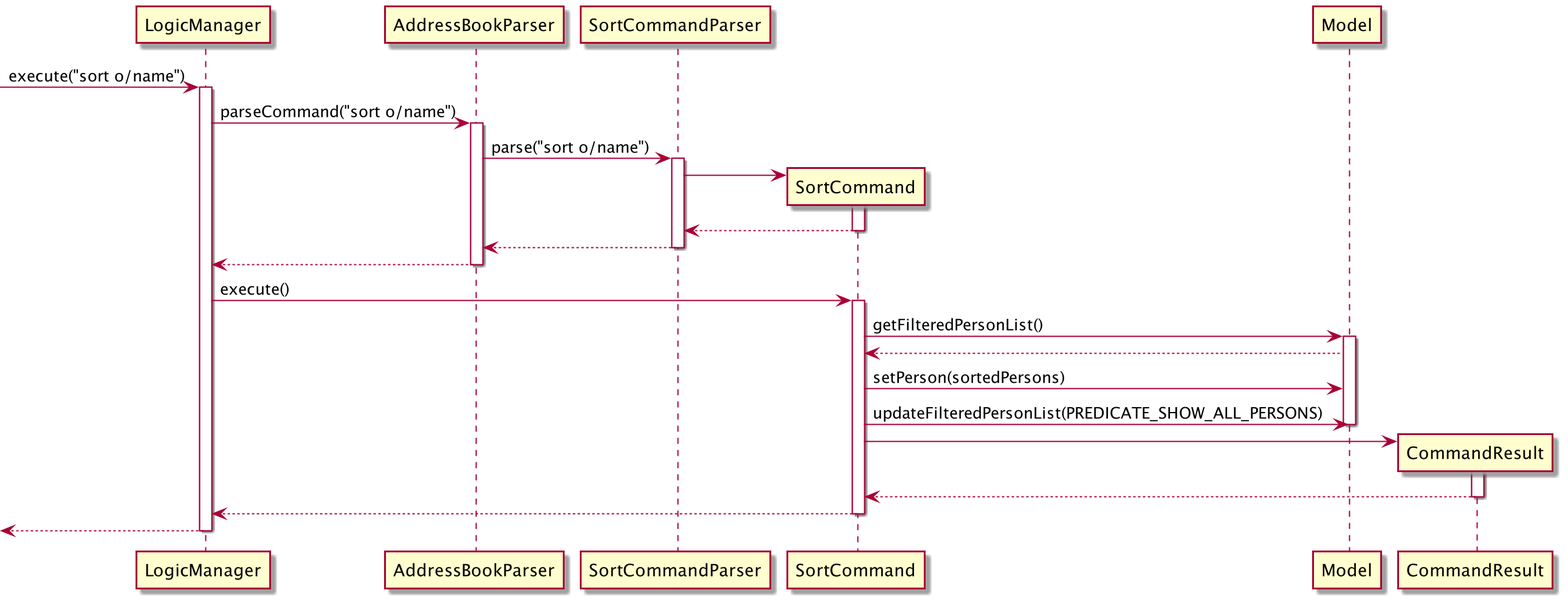
Above: docs/images/SortSequenceDiagram.png in nus-cs2103-AY2021S2/tp (PlantUML), before the change.
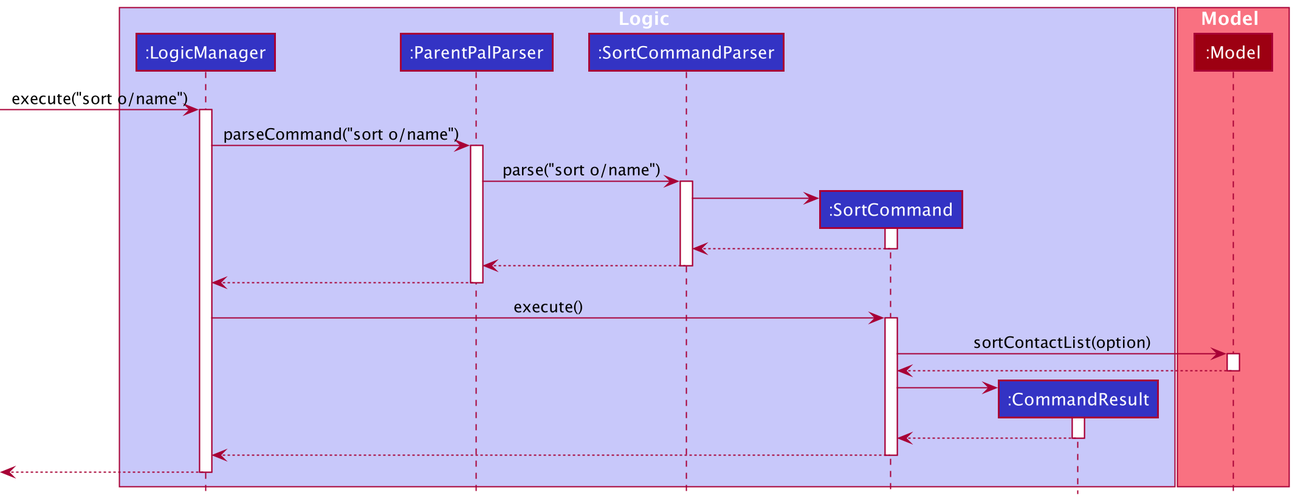
The same diagram one commit later.

The edit, as a diff of the source:
```diff
@@ -1,12 +1,25 @@
 @startuml
+!include style.puml
+
+box Logic LOGIC_COLOR_T1
+participant ":LogicManager" as LogicManager LOGIC_COLOR
+participant ":ParentPalParser" as ParentPalParser LOGIC_COLOR
+participant ":SortCommandParser" as SortCommandParser LOGIC_COLOR
+participant ":SortCommand" as SortCommand LOGIC_COLOR
+participant ":CommandResult" as CommandResult LOGIC_COLOR
+end box
+
+box Model MODEL_COLOR_T1
+participant ":Model" as Model MODEL_COLOR
+end box
 
 [-> LogicManager: execute("sort o/name")
 activate LogicManager
 
-LogicManager -> AddressBookParser: parseCommand("sort o/name")
-activate AddressBookParser
+LogicManager -> ParentPalParser: parseCommand("sort o/name")
+activate ParentPalParser
 
-AddressBookParser -> SortCommandParser: parse("sort o/name")
+ParentPalParser -> SortCommandParser: parse("sort o/name")
 activate SortCommandParser
 
 create SortCommand
@@ -15,21 +28,19 @@
 SortCommandParser <-- SortCommand
 deactivate SortCommand
 
-AddressBookParser <-- SortCommandParser
+ParentPalParser <-- SortCommandParser
 deactivate SortCommandParser
 
-LogicManager <-- AddressBookParser
-deactivate AddressBookParser
+LogicManager <-- ParentPalParser
+deactivate ParentPalParser
 
 LogicManager -> SortCommand: execute()
 activate SortCommand
 
-SortCommand -> Model: getFilteredPersonList()
+SortCommand -> Model: sortContactList(option)
 activate Model
 
 Model --> SortCommand
-SortCommand -> Model: setPerson(sortedPersons)
-SortCommand -> Model: updateFilteredPersonList(PREDICATE_SHOW_ALL_PERSONS)
 deactivate Model
 
 create CommandResult
```
